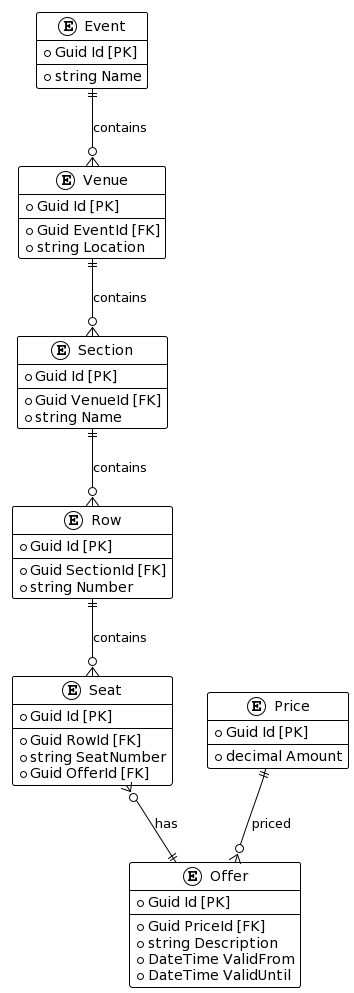
Above: Diagrams/entity_relationship_diagram.png in evilsquirr3l/ticketing (PlantUML), before the change. Its diagram source:
```plantuml
@startuml
!theme plain

entity Event {
  + Guid Id [PK]
  --
  + string Name
}

entity Venue {
  + Guid Id [PK]
  --
  + Guid EventId [FK]
  + string Location
}

entity Section {
  + Guid Id [PK]
  --
  + Guid VenueId [FK]
  + string Name
}

entity Row {
  + Guid Id [PK]
  --
  + Guid SectionId [FK]
  + string Number
}

entity Seat {
  + Guid Id [PK]
  --
  + Guid RowId [FK]
  + string SeatNumber
  + Guid OfferId [FK]
}

entity Price {
  + Guid Id [PK]
  --
  + decimal Amount
}

entity Offer {
  + Guid Id [PK]
  --
  + Guid PriceId [FK]
  + string Description
  + DateTime ValidFrom
  + DateTime ValidUntil
}

Event ||--o{ Venue : contains
Venue ||--o{ Section : contains
Section ||--o{ Row : contains
Row ||--o{ Seat : contains
Seat }o--|| Offer : has
Price ||--o{ Offer : priced
@enduml
```
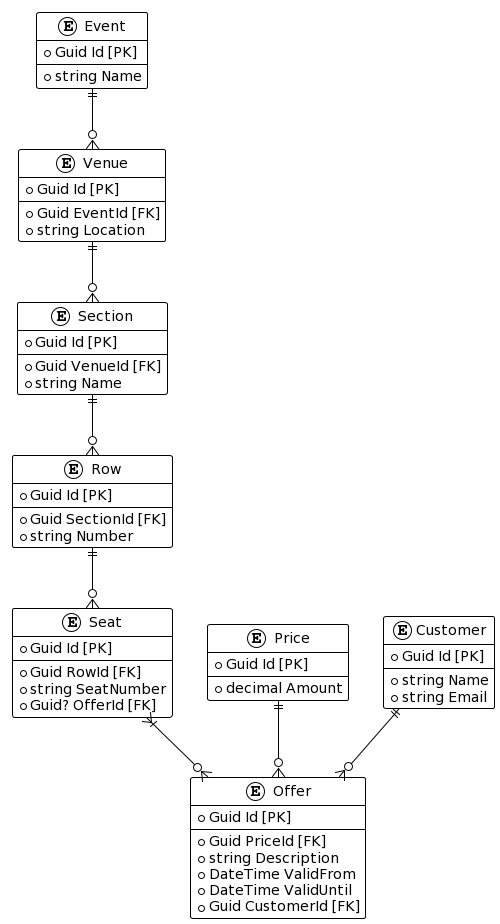
Above is the later version.

Diff of the diagram source:
```diff
@@ -33,13 +33,7 @@
   --
   + Guid RowId [FK]
   + string SeatNumber
-  + Guid OfferId [FK]
-}
-
-entity Price {
-  + Guid Id [PK]
-  --
-  + decimal Amount
+  + Guid? OfferId [FK]
 }
 
 entity Offer {
@@ -49,12 +43,27 @@
   + string Description
   + DateTime ValidFrom
   + DateTime ValidUntil
+  + Guid CustomerId [FK]
 }
 
-Event ||--o{ Venue : contains
-Venue ||--o{ Section : contains
-Section ||--o{ Row : contains
-Row ||--o{ Seat : contains
-Seat }o--|| Offer : has
-Price ||--o{ Offer : priced
+entity Price {
+  + Guid Id [PK]
+  --
+  + decimal Amount
+}
+
+entity Customer {
+  + Guid Id [PK]
+  --
+  + string Name
+  + string Email
+}
+
+Event ||--o{ Venue
+Venue ||--o{ Section
+Section ||--o{ Row
+Row ||--o{ Seat
+Seat }|--o{ Offer
+Price ||--o{ Offer
+Customer ||--o{ Offer
 @enduml
```
